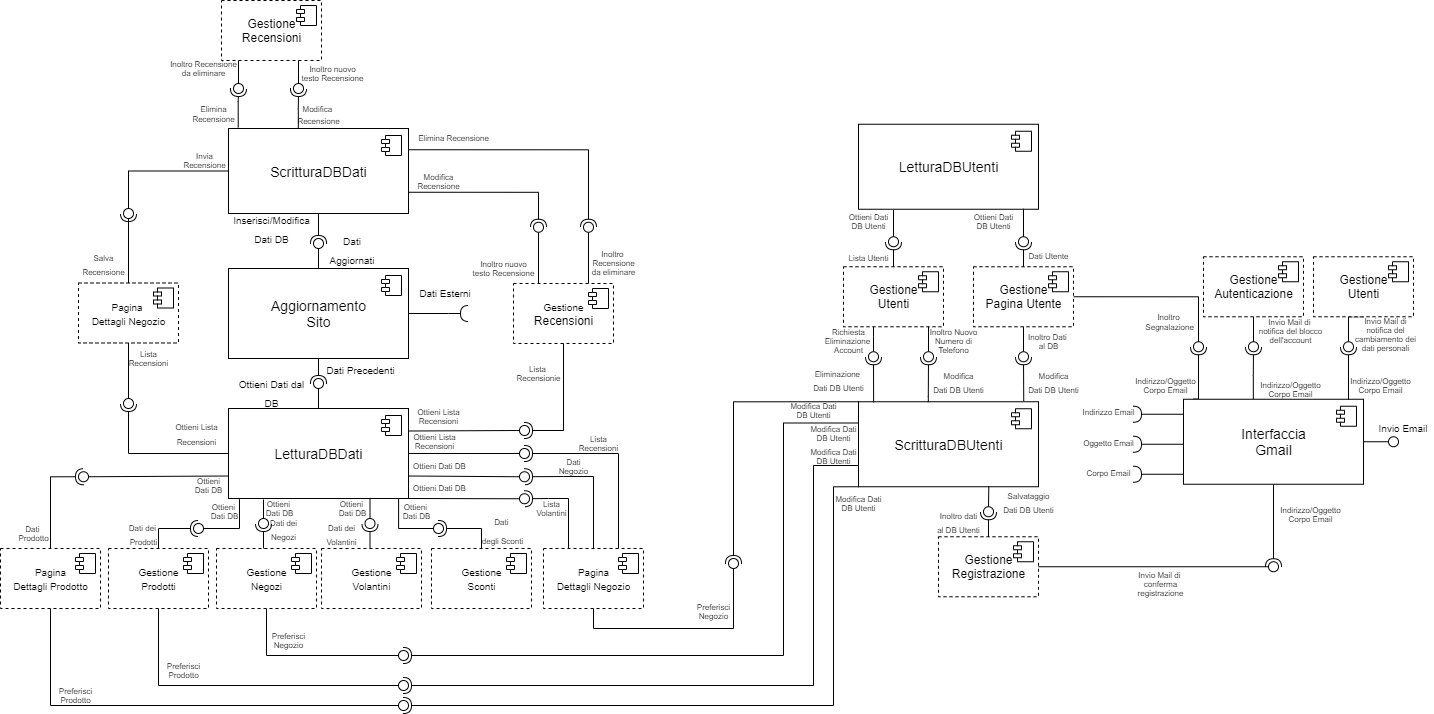
This is UML/CD/Modulo 5 Supporto Back-End.png from G15-UniTN/iSpesa, a draw.io export, as it was before one commit. Source tidied: cells renumbered, new cells last; positions are measured from the earlier drawing's top-left corner, leaving out a move shared by most shapes.
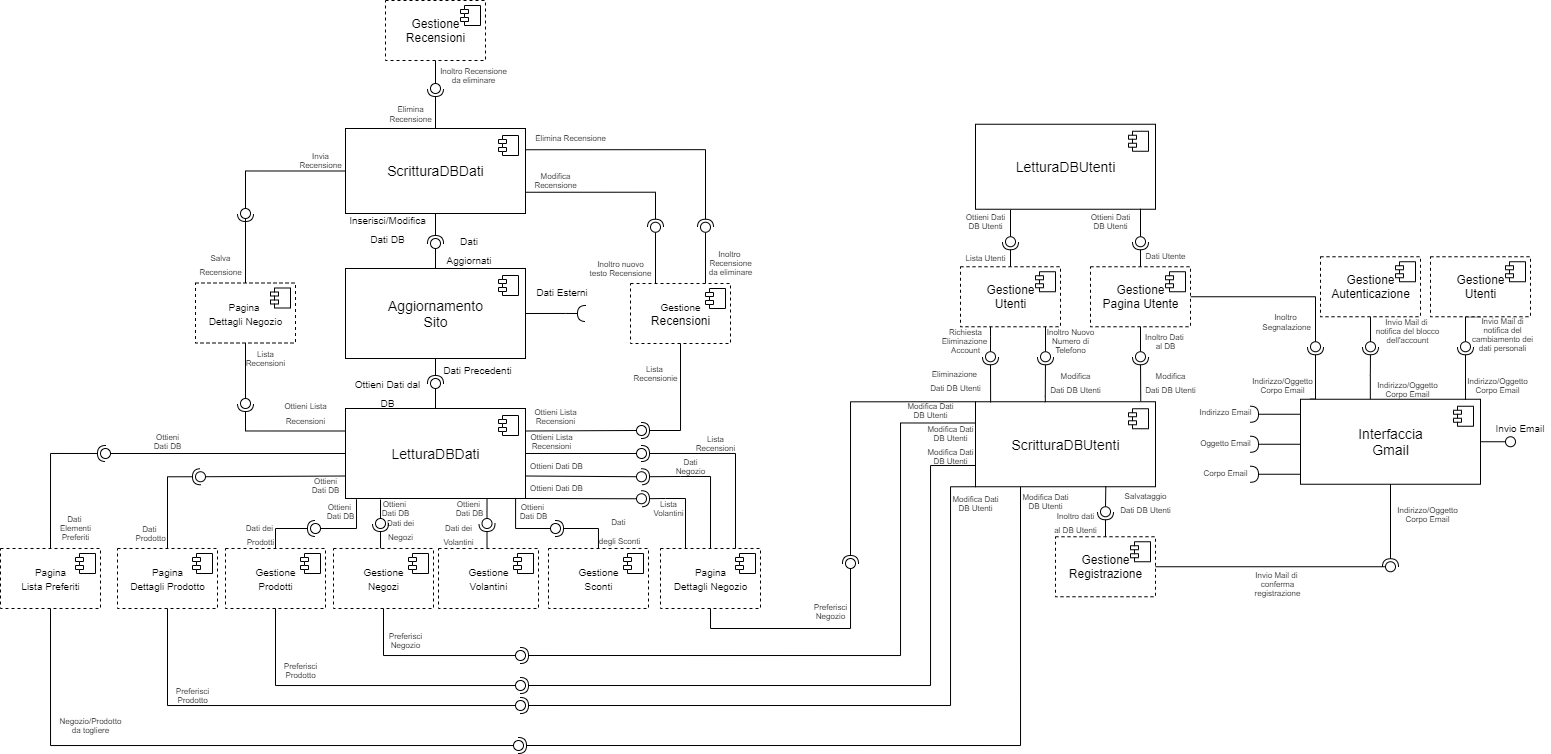
The same diagram one commit later.

What changed in the source:
```diff
@@ -33,43 +33,9 @@
     <mxCell id="10" value="&lt;font style=&quot;font-size: 8px&quot;&gt;Salva&lt;br&gt;Recensione&lt;/font&gt;" style="text;html=1;align=center;verticalAlign=middle;strokeColor=none;fillColor=none;" parent="1" vertex="1">
       <mxGeometry x="73" y="242.5" width="60" height="40" as="geometry" />
     </mxCell>
-    <mxCell id="11" style="rounded=0;jettySize=auto;html=1;endArrow=halfCircle;endFill=0;endSize=6;strokeWidth=1;sketch=0;edgeStyle=orthogonalEdgeStyle;exitX=0.054;exitY=-0.012;exitDx=0;exitDy=0;exitPerimeter=0;elbow=vertical;" parent="1" edge="1" source="36">
-      <mxGeometry relative="1" as="geometry">
-        <mxPoint x="238" y="88" as="targetPoint" />
-        <Array as="points">
-          <mxPoint x="238" y="101" />
-          <mxPoint x="238" y="101" />
-        </Array>
-      </mxGeometry>
-    </mxCell>
-    <mxCell id="12" style="rounded=0;jettySize=auto;html=1;endArrow=oval;endFill=0;sketch=0;sourcePerimeterSpacing=0;targetPerimeterSpacing=0;endSize=10;" parent="1" edge="1" target="13">
-      <mxGeometry relative="1" as="geometry">
-        <mxPoint x="238" y="58" as="sourcePoint" />
-      </mxGeometry>
-    </mxCell>
-    <mxCell id="13" style="ellipse;whiteSpace=wrap;html=1;align=center;fillColor=none;strokeColor=none;perimeter=centerPerimeter;points=[];outlineConnect=1;" parent="1" vertex="1">
-      <mxGeometry x="233" y="83" width="10" height="10" as="geometry" />
-    </mxCell>
     <mxCell id="14" value="&lt;p style=&quot;line-height: 80%;&quot;&gt;&lt;span style=&quot;font-size: 8px;&quot;&gt;Elimina&lt;br&gt;Recensione&lt;br&gt;&lt;/span&gt;&lt;/p&gt;" style="text;html=1;align=center;verticalAlign=middle;strokeColor=none;fillColor=none;" parent="1" vertex="1">
-      <mxGeometry x="178" y="83" width="70" height="60" as="geometry" />
+      <mxGeometry x="258" y="83" width="70" height="60" as="geometry" />
     </mxCell>
-    <mxCell id="15" style="rounded=0;jettySize=auto;html=1;endArrow=halfCircle;endFill=0;endSize=6;strokeWidth=1;sketch=0;exitX=0.388;exitY=0.008;exitDx=0;exitDy=0;exitPerimeter=0;edgeStyle=orthogonalEdgeStyle;" parent="1" edge="1" source="36">
-      <mxGeometry relative="1" as="geometry">
-        <mxPoint x="298" y="88" as="targetPoint" />
-      </mxGeometry>
-    </mxCell>
-    <mxCell id="16" style="rounded=0;orthogonalLoop=1;jettySize=auto;html=1;endArrow=oval;endFill=0;sketch=0;sourcePerimeterSpacing=0;targetPerimeterSpacing=0;endSize=10;edgeStyle=orthogonalEdgeStyle;" parent="1" edge="1">
-      <mxGeometry relative="1" as="geometry">
-        <mxPoint x="303" y="58" as="sourcePoint" />
-        <mxPoint x="298" y="88" as="targetPoint" />
-      </mxGeometry>
-    </mxCell>
-    <mxCell id="17" style="ellipse;whiteSpace=wrap;html=1;align=center;fillColor=none;strokeColor=none;perimeter=centerPerimeter;" parent="1" vertex="1">
-      <mxGeometry x="298" y="83" width="10" height="10" as="geometry" />
-    </mxCell>
-    <mxCell id="18" value="&lt;p style=&quot;line-height: 0%&quot;&gt;&lt;span style=&quot;font-size: 8px&quot;&gt;Modifica&amp;nbsp;&lt;/span&gt;&lt;/p&gt;&lt;p style=&quot;line-height: 0%&quot;&gt;&lt;span style=&quot;font-size: 8px&quot;&gt;Recensione&lt;/span&gt;&lt;/p&gt;" style="text;html=1;align=center;verticalAlign=middle;strokeColor=none;fillColor=none;" parent="1" vertex="1">
-      <mxGeometry x="288" y="88" width="60" height="50" as="geometry" />
-    </mxCell>
     <mxCell id="19" style="rounded=0;jettySize=auto;html=1;endArrow=halfCircle;endFill=0;endSize=6;strokeWidth=1;sketch=0;exitX=0.5;exitY=0;exitDx=0;exitDy=0;edgeStyle=orthogonalEdgeStyle;" parent="1" edge="1" source="50">
       <mxGeometry relative="1" as="geometry">
         <mxPoint x="198" y="528" as="targetPoint" />
@@ -159,7 +125,7 @@
       </mxGeometry>
     </mxCell>
     <mxCell id="38" value="Gestione&lt;br&gt;Recensioni" style="html=1;dashed=1;" parent="1" vertex="1">
-      <mxGeometry x="221" width="100" height="60" as="geometry" />
+      <mxGeometry x="268" width="100" height="60" as="geometry" />
     </mxCell>
     <mxCell id="39" style="shape=module;jettyWidth=8;jettyHeight=4;" parent="38" vertex="1">
       <mxGeometry x="1" width="20" height="20" relative="1" as="geometry">
@@ -320,10 +286,10 @@
     <mxCell id="76" style="rounded=0;jettySize=auto;html=1;endArrow=none;endFill=0;edgeStyle=orthogonalEdgeStyle;exitX=0.5;exitY=1;exitDx=0;exitDy=0;" parent="1" edge="1" source="40" target="78">
       <mxGeometry relative="1" as="geometry" />
     </mxCell>
-    <mxCell id="77" style="rounded=0;jettySize=auto;html=1;endArrow=halfCircle;endFill=0;entryX=0.5;entryY=0.5;entryDx=0;entryDy=0;endSize=6;strokeWidth=1;edgeStyle=orthogonalEdgeStyle;" parent="1" edge="1" source="44" target="78">
+    <mxCell id="77" style="rounded=0;jettySize=auto;html=1;endArrow=halfCircle;endFill=0;entryX=0.5;entryY=0.5;entryDx=0;entryDy=0;endSize=6;strokeWidth=1;edgeStyle=orthogonalEdgeStyle;exitX=0;exitY=0.25;exitDx=0;exitDy=0;" parent="1" edge="1" source="44" target="78">
       <mxGeometry relative="1" as="geometry">
         <Array as="points">
-          <mxPoint x="128" y="453" />
+          <mxPoint x="128" y="431" />
         </Array>
       </mxGeometry>
     </mxCell>
@@ -331,7 +297,7 @@
       <mxGeometry x="123" y="398" width="10" height="10" as="geometry" />
     </mxCell>
     <mxCell id="79" value="&lt;span style=&quot;line-height: 115% ; font-family: &amp;#34;arial&amp;#34; , sans-serif&quot;&gt;&lt;font style=&quot;font-size: 8px&quot;&gt;Ottieni Lista&lt;br&gt;Recensioni&lt;/font&gt;&lt;/span&gt;" style="text;html=1;align=center;verticalAlign=middle;strokeColor=none;fillColor=none;" parent="1" vertex="1">
-      <mxGeometry x="166" y="413" width="60" height="40" as="geometry" />
+      <mxGeometry x="158" y="392.2" width="60" height="40" as="geometry" />
     </mxCell>
     <mxCell id="80" style="rounded=0;jettySize=auto;html=1;endArrow=halfCircle;endFill=0;endSize=6;strokeWidth=1;sketch=0;fontSize=12;exitX=1;exitY=0.5;exitDx=0;exitDy=0;edgeStyle=orthogonalEdgeStyle;" parent="1" edge="1" source="42">
       <mxGeometry relative="1" as="geometry">
@@ -839,10 +805,66 @@
       <mxGeometry x="173.5" y="145" width="60" height="30" as="geometry" />
     </mxCell>
     <mxCell id="206" value="Inoltro Recensione&lt;br&gt;da eliminare" style="text;html=1;align=center;verticalAlign=middle;strokeColor=none;fontSize=8;" parent="1" vertex="1">
-      <mxGeometry x="163" y="53" width="80" height="30" as="geometry" />
+      <mxGeometry x="316" y="60" width="80" height="30" as="geometry" />
     </mxCell>
-    <mxCell id="207" value="Inoltro nuovo&lt;br&gt;testo Recensione" style="text;html=1;align=center;verticalAlign=middle;strokeColor=none;fontSize=8;" parent="1" vertex="1">
-      <mxGeometry x="292" y="58" width="80" height="30" as="geometry" />
-    </mxCell>
+    <mxCell id="208" value="&lt;span style=&quot;font-size: 10px&quot;&gt;Pagina&lt;br&gt;Lista Preferiti&lt;br&gt;&lt;/span&gt;" style="html=1;dashed=1;" parent="1" vertex="1">
+      <mxGeometry x="-117" y="548" width="100" height="60" as="geometry" />
+    </mxCell>
+    <mxCell id="209" style="shape=module;jettyWidth=8;jettyHeight=4;" parent="208" vertex="1">
+      <mxGeometry x="1" width="20" height="20" relative="1" as="geometry">
+        <mxPoint x="-25" y="5" as="offset" />
+      </mxGeometry>
+    </mxCell>
+    <mxCell id="210" style="rounded=0;jettySize=auto;html=1;endArrow=none;endFill=0;exitX=0;exitY=0.5;exitDx=0;exitDy=0;edgeStyle=orthogonalEdgeStyle;" parent="1" edge="1" source="44" target="212">
+      <mxGeometry relative="1" as="geometry" />
+    </mxCell>
+    <mxCell id="211" style="rounded=0;jettySize=auto;html=1;endArrow=halfCircle;endFill=0;entryX=0.5;entryY=0.5;entryDx=0;entryDy=0;endSize=6;strokeWidth=1;exitX=0.5;exitY=0;exitDx=0;exitDy=0;edgeStyle=orthogonalEdgeStyle;" parent="1" edge="1" source="208" target="212">
+      <mxGeometry relative="1" as="geometry">
+        <Array as="points">
+          <mxPoint x="-67" y="453" />
+        </Array>
+      </mxGeometry>
+    </mxCell>
+    <mxCell id="212" style="ellipse;whiteSpace=wrap;html=1;fontFamily=Helvetica;fontSize=12;fontColor=#000000;align=center;strokeColor=#000000;fillColor=#ffffff;points=[];" parent="1" vertex="1">
+      <mxGeometry x="-17" y="448" width="10" height="10" as="geometry" />
+    </mxCell>
+    <mxCell id="213" value="Dati&amp;nbsp;&lt;br&gt;Elementi&lt;br&gt;Preferiti" style="text;html=1;align=center;verticalAlign=middle;strokeColor=none;fontSize=8;" parent="1" vertex="1">
+      <mxGeometry x="-67" y="508" width="50" height="40" as="geometry" />
+    </mxCell>
+    <mxCell id="214" value="Ottieni&lt;br&gt;Dati DB" style="text;html=1;align=center;verticalAlign=middle;strokeColor=none;fontSize=8;" parent="1" vertex="1">
+      <mxGeometry x="30" y="426.2" width="40" height="30" as="geometry" />
+    </mxCell>
+    <mxCell id="215" style="rounded=0;jettySize=auto;html=1;endArrow=none;endFill=0;exitX=0.5;exitY=1;exitDx=0;exitDy=0;edgeStyle=orthogonalEdgeStyle;" parent="1" edge="1" source="208" target="217">
+      <mxGeometry relative="1" as="geometry">
+        <Array as="points">
+          <mxPoint x="-67" y="745" />
+        </Array>
+      </mxGeometry>
+    </mxCell>
+    <mxCell id="216" style="rounded=0;jettySize=auto;html=1;endArrow=halfCircle;endFill=0;entryX=0.5;entryY=0.5;entryDx=0;entryDy=0;endSize=6;strokeWidth=1;exitX=0.25;exitY=1;exitDx=0;exitDy=0;edgeStyle=orthogonalEdgeStyle;" parent="1" edge="1" source="60" target="217">
+      <mxGeometry relative="1" as="geometry">
+        <Array as="points">
+          <mxPoint x="903" y="745" />
+        </Array>
+      </mxGeometry>
+    </mxCell>
+    <mxCell id="217" style="ellipse;whiteSpace=wrap;html=1;fontFamily=Helvetica;fontSize=12;fontColor=#000000;align=center;strokeColor=#000000;fillColor=#ffffff;points=[];" parent="1" vertex="1">
+      <mxGeometry x="396" y="740" width="10" height="10" as="geometry" />
+    </mxCell>
+    <mxCell id="218" value="Modifica Dati&lt;br&gt;DB Utenti" style="text;html=1;align=center;verticalAlign=middle;strokeColor=none;fontSize=8;" parent="1" vertex="1">
+      <mxGeometry x="898" y="486.2" width="60" height="30" as="geometry" />
+    </mxCell>
+    <mxCell id="219" value="Negozio/Prodotto&lt;br&gt;da togliere" style="text;html=1;align=center;verticalAlign=middle;strokeColor=none;fontSize=8;spacing=0;" parent="1" vertex="1">
+      <mxGeometry x="-67" y="710" width="80" height="30" as="geometry" />
+    </mxCell>
+    <mxCell id="220" style="rounded=0;jettySize=auto;html=1;endArrow=none;endFill=0;exitX=0.5;exitY=1;exitDx=0;exitDy=0;" parent="1" edge="1" source="38" target="222">
+      <mxGeometry relative="1" as="geometry" />
+    </mxCell>
+    <mxCell id="221" style="rounded=0;jettySize=auto;html=1;endArrow=halfCircle;endFill=0;entryX=0.5;entryY=0.5;entryDx=0;entryDy=0;endSize=6;strokeWidth=1;exitX=0.5;exitY=0;exitDx=0;exitDy=0;" parent="1" edge="1" source="36" target="222">
+      <mxGeometry relative="1" as="geometry" />
+    </mxCell>
+    <mxCell id="222" style="ellipse;whiteSpace=wrap;html=1;fontFamily=Helvetica;fontSize=12;fontColor=#000000;align=center;strokeColor=#000000;fillColor=#ffffff;points=[];" parent="1" vertex="1">
+      <mxGeometry x="313" y="83" width="10" height="10" as="geometry" />
+    </mxCell>
   </root>
 </mxGraphModel>
```
